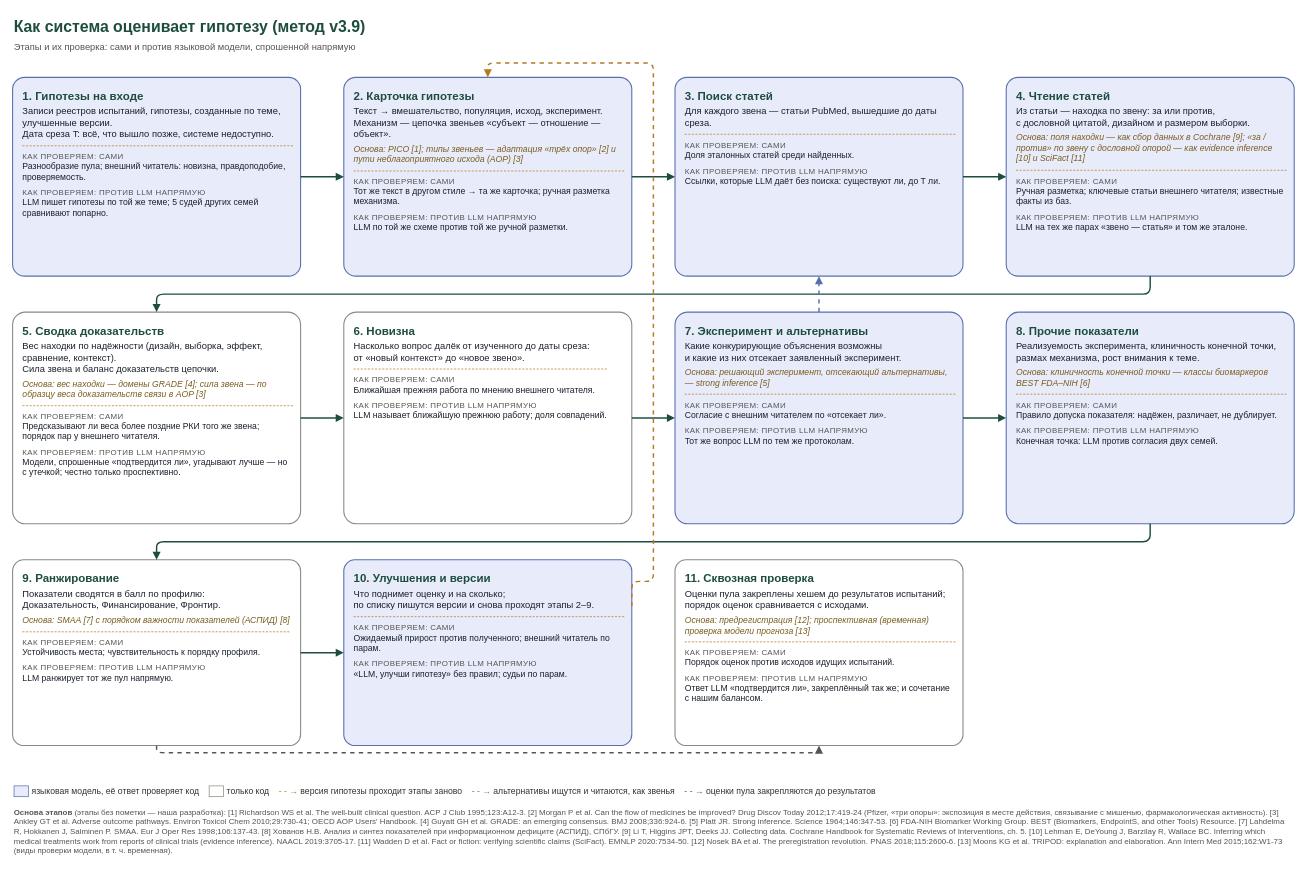
Above: docs/system/flow_check.drawio in danrd/hyp-arena (draw.io), before the change. Source tidied: cells renumbered, new cells numbered last; positions are measured from the earlier drawing's top-left corner, leaving out a move shared by most shapes. Both pictures are drawn from the tidied source at 72%, with x=0, y=0 at pixel (12, 12).
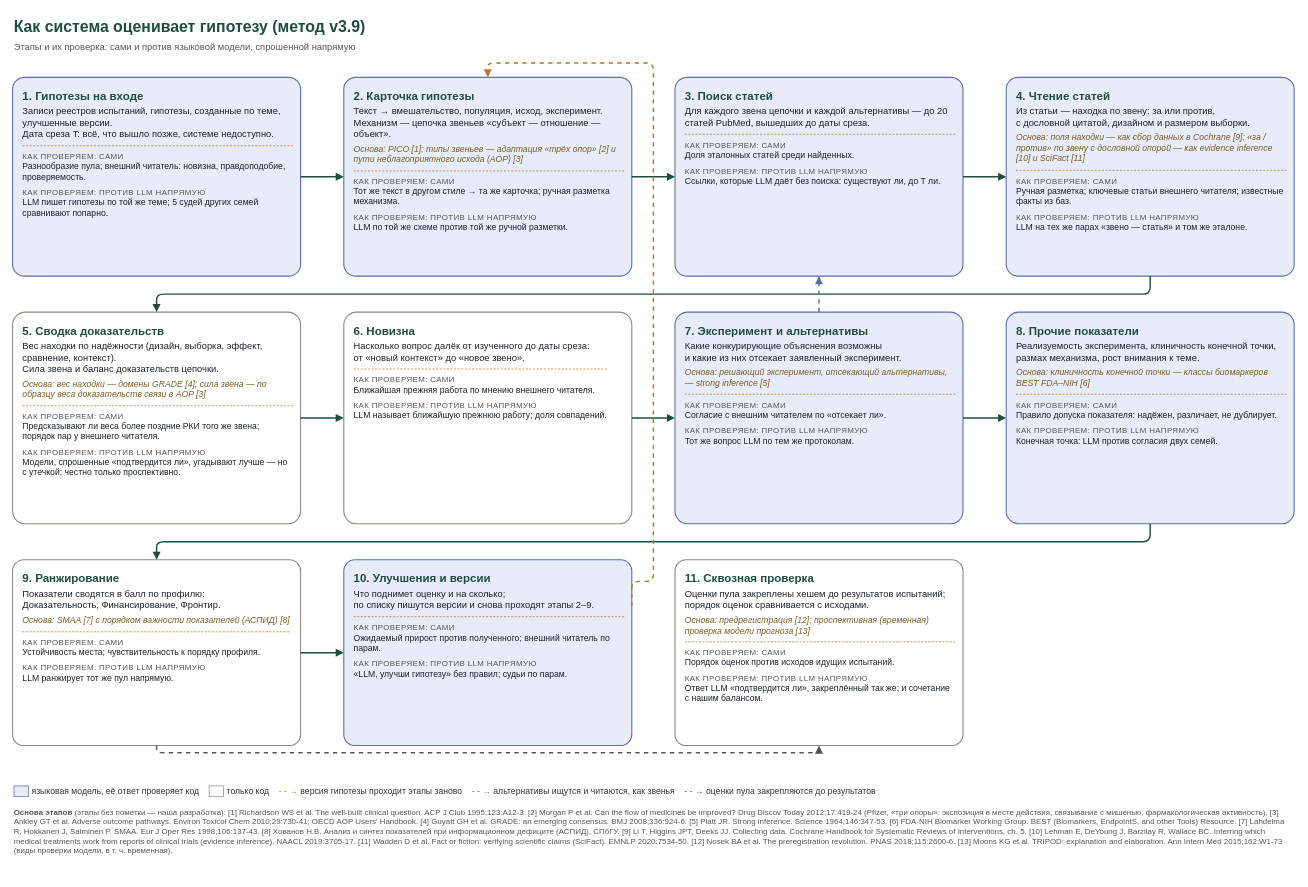
Above is the later version.

Commit message (it also covers changes not shown here):
Search: the outcome line of the query prompt is the link's own object; flow scheme: search stage in plain words

What changed in the source:
```diff
@@
-    <mxCell id="5" value="&lt;div style='font-size:16px;color:#1E4D40'&gt;&lt;b&gt;3. Поиск статей&lt;/b&gt;&lt;/div&gt;&lt;div style='margin-top:4px'&gt;Для каждого звена — статьи PubMed, вышедшие до даты среза.&lt;/div&gt;&lt;div style='margin-top:8px;border-top:1px dashed #B7791F'&gt;&lt;/div&gt;&lt;div style='margin-top:8px;font-size:11px;color:#555;text-transform:uppercase;letter-spacing:0.5px'&gt;Как проверяем: сами&lt;/div&gt;&lt;div style='font-size:12px'&gt;&lt;div&gt;Доля эталонных статей среди найденных.&lt;/div&gt;&lt;/div&gt;&lt;div style='margin-top:8px;font-size:11px;color:#555;text-transform:uppercase;letter-spacing:0.5px'&gt;Как проверяем: против LLM напрямую&lt;/div&gt;&lt;div style='font-size:12px'&gt;&lt;div&gt;Ссылки, которые LLM даёт без поиска: существуют ли, до T ли.&lt;/div&gt;&lt;/div&gt;" style="rounded=1;arcSize=6;whiteSpace=wrap;html=1;fillColor=#E8ECFA;strokeColor=#5A6FB0;strokeWidth=1.5;fontSize=13;fontColor=#1A202C;align=left;verticalAlign=top;spacingLeft=12;spacingRight=10;spacingTop=10;" parent="1" vertex="1">
+    <mxCell id="5" value="&lt;div style='font-size:16px;color:#1E4D40'&gt;&lt;b&gt;3. Поиск статей&lt;/b&gt;&lt;/div&gt;&lt;div style='margin-top:4px'&gt;Для каждого звена цепочки и каждой альтернативы — до 20 статей PubMed, вышедших до даты среза.&lt;/div&gt;&lt;div style='margin-top:8px;border-top:1px dashed #B7791F'&gt;&lt;/div&gt;&lt;div style='margin-top:8px;font-size:11px;color:#555;text-transform:uppercase;letter-spacing:0.5px'&gt;Как проверяем: сами&lt;/div&gt;&lt;div style='font-size:12px'&gt;&lt;div&gt;Доля эталонных статей среди найденных.&lt;/div&gt;&lt;/div&gt;&lt;div style='margin-top:8px;font-size:11px;color:#555;text-transform:uppercase;letter-spacing:0.5px'&gt;Как проверяем: против LLM напрямую&lt;/div&gt;&lt;div style='font-size:12px'&gt;&lt;div&gt;Ссылки, которые LLM даёт без поиска: существуют ли, до T ли.&lt;/div&gt;&lt;/div&gt;" style="rounded=1;arcSize=6;whiteSpace=wrap;html=1;fillColor=#E8ECFA;strokeColor=#5A6FB0;strokeWidth=1.5;fontSize=13;fontColor=#1A202C;align=left;verticalAlign=top;spacingLeft=12;spacingRight=10;spacingTop=10;" parent="1" vertex="1">
       <mxGeometry x="920" y="90" width="400" height="276" as="geometry" />
     </mxCell>
```
